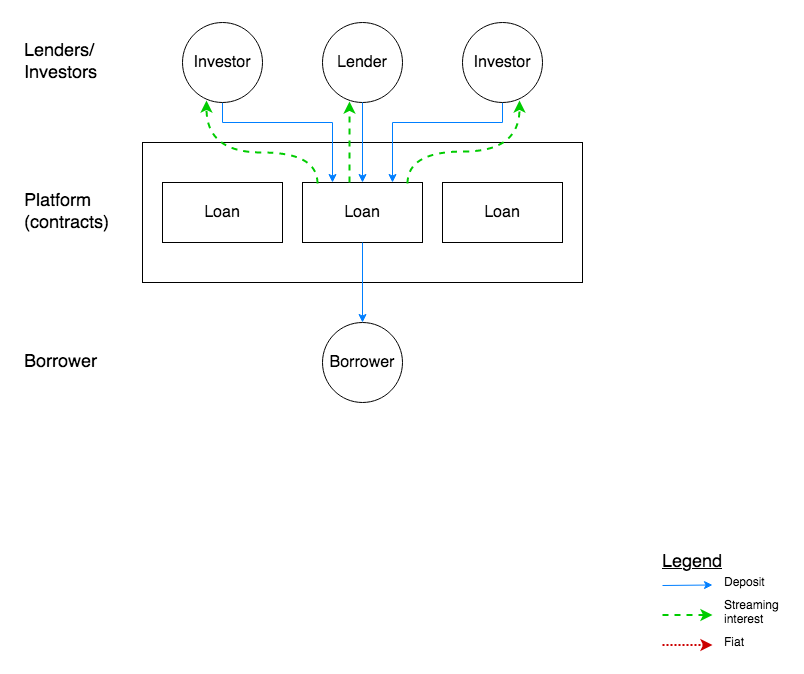
Before: presentation/slide02.png, a diagram exported from draw.io (johnson86tw/defuma). Source tidied: cells renumbered, new cells last; positions are measured from the earlier drawing's top-left corner, leaving out a move shared by most shapes. The source it was exported from:
```xml
<mxGraphModel>
  <root>
    <mxCell id="0" />
    <mxCell id="1" parent="0" />
    <mxCell id="2" style="rounded=0;whiteSpace=wrap;html=1;strokeWidth=4;fillColor=none;strokeColor=none;" parent="1" vertex="1">
      <mxGeometry width="800" height="670" as="geometry" />
    </mxCell>
    <mxCell id="3" value="&lt;font style=&quot;font-size: 16px&quot;&gt;Lender&lt;/font&gt;" style="ellipse;whiteSpace=wrap;html=1;" parent="1" vertex="1">
      <mxGeometry x="320" y="20" width="80" height="80" as="geometry" />
    </mxCell>
    <mxCell id="4" value="&lt;div style=&quot;font-size: 16px&quot;&gt;&lt;font style=&quot;font-size: 16px&quot;&gt;Borrower&lt;/font&gt;&lt;/div&gt;" style="ellipse;whiteSpace=wrap;html=1;" parent="1" vertex="1">
      <mxGeometry x="320" y="320" width="80" height="80" as="geometry" />
    </mxCell>
    <mxCell id="5" style="rounded=0;whiteSpace=wrap;html=1;" parent="1" vertex="1">
      <mxGeometry x="140" y="140" width="440" height="140" as="geometry" />
    </mxCell>
    <mxCell id="6" value="&lt;font style=&quot;font-size: 16px&quot;&gt;Loan&lt;/font&gt;" style="rounded=0;whiteSpace=wrap;html=1;" parent="1" vertex="1">
      <mxGeometry x="300" y="180" width="120" height="60" as="geometry" />
    </mxCell>
    <mxCell id="7" style="endArrow=classic;html=1;exitX=0.5;exitY=1;exitDx=0;exitDy=0;entryX=0.5;entryY=0;entryDx=0;entryDy=0;strokeColor=#007FFF;" parent="1" edge="1" source="3" target="6">
      <mxGeometry relative="1" as="geometry" />
    </mxCell>
    <mxCell id="8" style="endArrow=classic;html=1;exitX=0.5;exitY=1;exitDx=0;exitDy=0;entryX=0.5;entryY=0;entryDx=0;entryDy=0;strokeColor=#007FFF;" parent="1" edge="1" source="6" target="4">
      <mxGeometry relative="1" as="geometry" />
    </mxCell>
    <mxCell id="9" value="&lt;div align=&quot;left&quot;&gt;&lt;font style=&quot;font-size: 18px&quot;&gt;Platform&lt;/font&gt;&lt;br&gt;&lt;font style=&quot;font-size: 18px&quot;&gt;(contracts)&lt;/font&gt;&lt;/div&gt;" style="text;html=1;strokeColor=none;fillColor=none;align=left;verticalAlign=middle;whiteSpace=wrap;rounded=0;" parent="1" vertex="1">
      <mxGeometry x="20" y="200" width="40" height="20" as="geometry" />
    </mxCell>
    <mxCell id="10" value="&lt;div align=&quot;left&quot;&gt;&lt;font style=&quot;font-size: 18px&quot;&gt;Lenders/ Investors&lt;/font&gt;&lt;/div&gt;" style="text;html=1;strokeColor=none;fillColor=none;align=left;verticalAlign=middle;whiteSpace=wrap;rounded=0;" parent="1" vertex="1">
      <mxGeometry x="20" y="50" width="40" height="20" as="geometry" />
    </mxCell>
    <mxCell id="11" value="&lt;div style=&quot;font-size: 18px&quot; align=&quot;left&quot;&gt;&lt;font style=&quot;font-size: 18px&quot;&gt;Borrower&lt;br&gt;&lt;/font&gt;&lt;/div&gt;" style="text;html=1;strokeColor=none;fillColor=none;align=left;verticalAlign=middle;whiteSpace=wrap;rounded=0;" parent="1" vertex="1">
      <mxGeometry x="20" y="350" width="40" height="20" as="geometry" />
    </mxCell>
    <mxCell id="12" style="edgeStyle=orthogonalEdgeStyle;rounded=0;jettySize=auto;html=1;entryX=0.75;entryY=0;entryDx=0;entryDy=0;strokeColor=#007FFF;" parent="1" edge="1" source="13" target="6">
      <mxGeometry relative="1" as="geometry">
        <Array as="points">
          <mxPoint x="500" y="120" />
          <mxPoint x="390" y="120" />
        </Array>
      </mxGeometry>
    </mxCell>
    <mxCell id="13" value="&lt;font style=&quot;font-size: 16px&quot;&gt;Investor&lt;/font&gt;" style="ellipse;whiteSpace=wrap;html=1;" parent="1" vertex="1">
      <mxGeometry x="460" y="20" width="80" height="80" as="geometry" />
    </mxCell>
    <mxCell id="14" style="edgeStyle=orthogonalEdgeStyle;rounded=0;jettySize=auto;html=1;entryX=0.25;entryY=0;entryDx=0;entryDy=0;strokeColor=#007FFF;" parent="1" edge="1" source="15" target="6">
      <mxGeometry relative="1" as="geometry">
        <Array as="points">
          <mxPoint x="220" y="120" />
          <mxPoint x="330" y="120" />
        </Array>
      </mxGeometry>
    </mxCell>
    <mxCell id="15" value="&lt;font style=&quot;font-size: 16px&quot;&gt;Investor&lt;/font&gt;" style="ellipse;whiteSpace=wrap;html=1;" parent="1" vertex="1">
      <mxGeometry x="180" y="20" width="80" height="80" as="geometry" />
    </mxCell>
    <mxCell id="16" value="&lt;font style=&quot;font-size: 16px&quot;&gt;Loan&lt;/font&gt;" style="rounded=0;whiteSpace=wrap;html=1;" parent="1" vertex="1">
      <mxGeometry x="440" y="180" width="120" height="60" as="geometry" />
    </mxCell>
    <mxCell id="17" value="&lt;font style=&quot;font-size: 16px&quot;&gt;Loan&lt;/font&gt;" style="rounded=0;whiteSpace=wrap;html=1;" parent="1" vertex="1">
      <mxGeometry x="160" y="180" width="120" height="60" as="geometry" />
    </mxCell>
    <mxCell id="18" style="curved=1;endArrow=classic;html=1;exitX=0.125;exitY=0.017;exitDx=0;exitDy=0;exitPerimeter=0;entryX=0.3;entryY=0.975;entryDx=0;entryDy=0;entryPerimeter=0;dashed=1;strokeColor=#00CC00;strokeWidth=2;" parent="1" edge="1" source="6" target="15">
      <mxGeometry relative="1" as="geometry">
        <Array as="points">
          <mxPoint x="315" y="150" />
          <mxPoint x="204" y="150" />
        </Array>
      </mxGeometry>
    </mxCell>
    <mxCell id="19" style="curved=1;endArrow=classic;html=1;exitX=0.875;exitY=0.017;exitDx=0;exitDy=0;exitPerimeter=0;entryX=0.713;entryY=0.975;entryDx=0;entryDy=0;entryPerimeter=0;dashed=1;strokeColor=#00CC00;strokeWidth=2;" parent="1" edge="1" source="6" target="13">
      <mxGeometry relative="1" as="geometry">
        <Array as="points">
          <mxPoint x="405" y="149" />
          <mxPoint x="517" y="149" />
        </Array>
      </mxGeometry>
    </mxCell>
    <mxCell id="20" value="&lt;u&gt;&lt;font style=&quot;font-size: 18px&quot;&gt;Legend&lt;/font&gt;&lt;/u&gt;" style="text;html=1;strokeColor=none;fillColor=none;align=center;verticalAlign=middle;whiteSpace=wrap;rounded=0;" parent="1" vertex="1">
      <mxGeometry x="670" y="550" width="40" height="20" as="geometry" />
    </mxCell>
    <mxCell id="21" style="endArrow=classic;html=1;dashed=1;strokeColor=#00CC00;strokeWidth=2;" parent="1" edge="1">
      <mxGeometry relative="1" as="geometry">
        <mxPoint x="660" y="612.5" as="sourcePoint" />
        <mxPoint x="710" y="612.5" as="targetPoint" />
      </mxGeometry>
    </mxCell>
    <mxCell id="22" value="&lt;div align=&quot;left&quot;&gt;Streaming interest&lt;br&gt;&lt;/div&gt;" style="text;html=1;strokeColor=none;fillColor=none;align=left;verticalAlign=middle;whiteSpace=wrap;rounded=0;" parent="1" vertex="1">
      <mxGeometry x="720" y="600" width="40" height="20" as="geometry" />
    </mxCell>
    <mxCell id="23" style="endArrow=classic;html=1;strokeColor=#007FFF;" parent="1" edge="1">
      <mxGeometry relative="1" as="geometry">
        <mxPoint x="660" y="583" as="sourcePoint" />
        <mxPoint x="710" y="582.5" as="targetPoint" />
      </mxGeometry>
    </mxCell>
    <mxCell id="24" value="Deposit" style="text;html=1;strokeColor=none;fillColor=none;align=left;verticalAlign=middle;whiteSpace=wrap;rounded=0;" parent="1" vertex="1">
      <mxGeometry x="720" y="570" width="40" height="20" as="geometry" />
    </mxCell>
    <mxCell id="25" style="endArrow=classic;html=1;entryX=0.338;entryY=0.988;entryDx=0;entryDy=0;entryPerimeter=0;dashed=1;strokeColor=#00CC00;strokeWidth=2;" parent="1" edge="1" target="3">
      <mxGeometry relative="1" as="geometry">
        <mxPoint x="347" y="180" as="sourcePoint" />
      </mxGeometry>
    </mxCell>
    <mxCell id="26" style="endArrow=classic;html=1;strokeColor=#CC0000;strokeWidth=2;dashed=1;dashPattern=1 1;" parent="1" edge="1">
      <mxGeometry relative="1" as="geometry">
        <mxPoint x="660" y="642.5" as="sourcePoint" />
        <mxPoint x="710" y="642.5" as="targetPoint" />
      </mxGeometry>
    </mxCell>
    <mxCell id="27" value="&lt;div&gt;Fiat&lt;/div&gt;" style="text;html=1;strokeColor=none;fillColor=none;align=left;verticalAlign=middle;whiteSpace=wrap;rounded=0;" parent="1" vertex="1">
      <mxGeometry x="720" y="630" width="40" height="20" as="geometry" />
    </mxCell>
  </root>
</mxGraphModel>
```
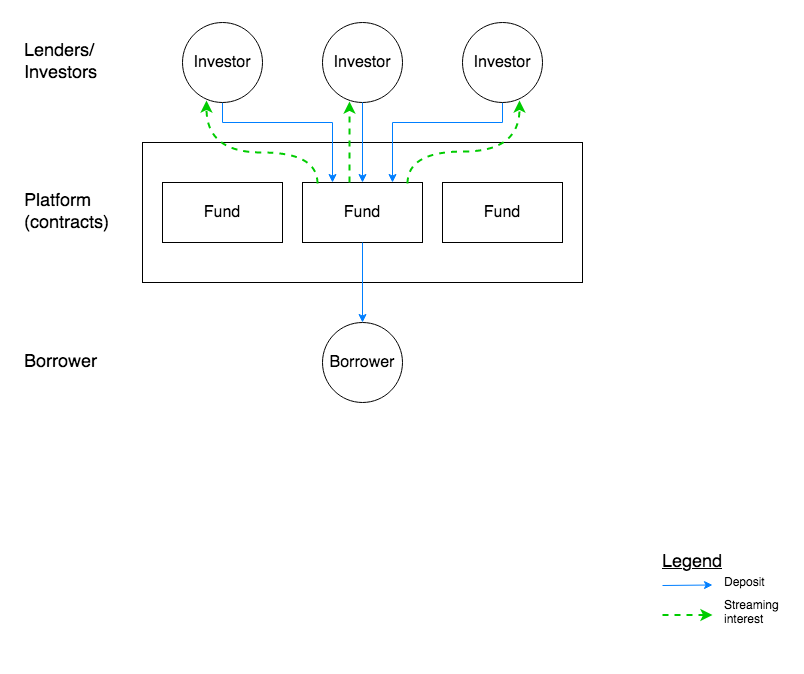
The same file after the commit.

Commit message:
Update slides with lender/investor, borrower/banker

The edit, as a diff of the source:
```diff
@@ -1,115 +1,106 @@
 <mxGraphModel>
   <root>
-    <mxCell id="0" />
-    <mxCell id="1" parent="0" />
+    <mxCell id="28" />
+    <mxCell id="29" parent="28" />
-    <mxCell id="2" style="rounded=0;whiteSpace=wrap;html=1;strokeWidth=4;fillColor=none;strokeColor=none;" parent="1" vertex="1">
+    <mxCell id="2" style="rounded=0;whiteSpace=wrap;html=1;strokeWidth=4;fillColor=none;strokeColor=none;" parent="29" vertex="1">
       <mxGeometry width="800" height="670" as="geometry" />
     </mxCell>
-    <mxCell id="3" value="&lt;font style=&quot;font-size: 16px&quot;&gt;Lender&lt;/font&gt;" style="ellipse;whiteSpace=wrap;html=1;" parent="1" vertex="1">
-      <mxGeometry x="320" y="20" width="80" height="80" as="geometry" />
-    </mxCell>
+    <mxCell id="30" value="&lt;font style=&quot;font-size: 16px&quot;&gt;Investor&lt;/font&gt;" style="ellipse;whiteSpace=wrap;html=1;" parent="29" vertex="1">
+      <mxGeometry x="320" y="20" width="80" height="80" as="geometry" />
+    </mxCell>
-    <mxCell id="4" value="&lt;div style=&quot;font-size: 16px&quot;&gt;&lt;font style=&quot;font-size: 16px&quot;&gt;Borrower&lt;/font&gt;&lt;/div&gt;" style="ellipse;whiteSpace=wrap;html=1;" parent="1" vertex="1">
+    <mxCell id="4" value="&lt;div style=&quot;font-size: 16px&quot;&gt;&lt;font style=&quot;font-size: 16px&quot;&gt;Borrower&lt;/font&gt;&lt;/div&gt;" style="ellipse;whiteSpace=wrap;html=1;" parent="29" vertex="1">
       <mxGeometry x="320" y="320" width="80" height="80" as="geometry" />
     </mxCell>
-    <mxCell id="5" style="rounded=0;whiteSpace=wrap;html=1;" parent="1" vertex="1">
+    <mxCell id="5" style="rounded=0;whiteSpace=wrap;html=1;" parent="29" vertex="1">
       <mxGeometry x="140" y="140" width="440" height="140" as="geometry" />
     </mxCell>
-    <mxCell id="6" value="&lt;font style=&quot;font-size: 16px&quot;&gt;Loan&lt;/font&gt;" style="rounded=0;whiteSpace=wrap;html=1;" parent="1" vertex="1">
-      <mxGeometry x="300" y="180" width="120" height="60" as="geometry" />
-    </mxCell>
-    <mxCell id="7" style="endArrow=classic;html=1;exitX=0.5;exitY=1;exitDx=0;exitDy=0;entryX=0.5;entryY=0;entryDx=0;entryDy=0;strokeColor=#007FFF;" parent="1" edge="1" source="3" target="6">
-      <mxGeometry relative="1" as="geometry" />
-    </mxCell>
-    <mxCell id="8" style="endArrow=classic;html=1;exitX=0.5;exitY=1;exitDx=0;exitDy=0;entryX=0.5;entryY=0;entryDx=0;entryDy=0;strokeColor=#007FFF;" parent="1" edge="1" source="6" target="4">
-      <mxGeometry relative="1" as="geometry" />
-    </mxCell>
+    <mxCell id="31" value="&lt;font style=&quot;font-size: 16px&quot;&gt;Fund&lt;/font&gt;" style="rounded=0;whiteSpace=wrap;html=1;" parent="29" vertex="1">
+      <mxGeometry x="300" y="180" width="120" height="60" as="geometry" />
+    </mxCell>
+    <mxCell id="32" style="endArrow=classic;html=1;exitX=0.5;exitY=1;exitDx=0;exitDy=0;entryX=0.5;entryY=0;entryDx=0;entryDy=0;strokeColor=#007FFF;" parent="29" edge="1" source="30" target="31">
+      <mxGeometry relative="1" as="geometry" />
+    </mxCell>
+    <mxCell id="33" style="endArrow=classic;html=1;exitX=0.5;exitY=1;exitDx=0;exitDy=0;entryX=0.5;entryY=0;entryDx=0;entryDy=0;strokeColor=#007FFF;" parent="29" edge="1" source="31" target="4">
+      <mxGeometry relative="1" as="geometry" />
+    </mxCell>
-    <mxCell id="9" value="&lt;div align=&quot;left&quot;&gt;&lt;font style=&quot;font-size: 18px&quot;&gt;Platform&lt;/font&gt;&lt;br&gt;&lt;font style=&quot;font-size: 18px&quot;&gt;(contracts)&lt;/font&gt;&lt;/div&gt;" style="text;html=1;strokeColor=none;fillColor=none;align=left;verticalAlign=middle;whiteSpace=wrap;rounded=0;" parent="1" vertex="1">
+    <mxCell id="9" value="&lt;div align=&quot;left&quot;&gt;&lt;font style=&quot;font-size: 18px&quot;&gt;Platform&lt;/font&gt;&lt;br&gt;&lt;font style=&quot;font-size: 18px&quot;&gt;(contracts)&lt;/font&gt;&lt;/div&gt;" style="text;html=1;strokeColor=none;fillColor=none;align=left;verticalAlign=middle;whiteSpace=wrap;rounded=0;" parent="29" vertex="1">
       <mxGeometry x="20" y="200" width="40" height="20" as="geometry" />
     </mxCell>
-    <mxCell id="10" value="&lt;div align=&quot;left&quot;&gt;&lt;font style=&quot;font-size: 18px&quot;&gt;Lenders/ Investors&lt;/font&gt;&lt;/div&gt;" style="text;html=1;strokeColor=none;fillColor=none;align=left;verticalAlign=middle;whiteSpace=wrap;rounded=0;" parent="1" vertex="1">
+    <mxCell id="10" value="&lt;div align=&quot;left&quot;&gt;&lt;font style=&quot;font-size: 18px&quot;&gt;Lenders/ Investors&lt;/font&gt;&lt;/div&gt;" style="text;html=1;strokeColor=none;fillColor=none;align=left;verticalAlign=middle;whiteSpace=wrap;rounded=0;" parent="29" vertex="1">
       <mxGeometry x="20" y="50" width="40" height="20" as="geometry" />
     </mxCell>
-    <mxCell id="11" value="&lt;div style=&quot;font-size: 18px&quot; align=&quot;left&quot;&gt;&lt;font style=&quot;font-size: 18px&quot;&gt;Borrower&lt;br&gt;&lt;/font&gt;&lt;/div&gt;" style="text;html=1;strokeColor=none;fillColor=none;align=left;verticalAlign=middle;whiteSpace=wrap;rounded=0;" parent="1" vertex="1">
+    <mxCell id="11" value="&lt;div style=&quot;font-size: 18px&quot; align=&quot;left&quot;&gt;&lt;font style=&quot;font-size: 18px&quot;&gt;Borrower&lt;/font&gt;&lt;/div&gt;" style="text;html=1;strokeColor=none;fillColor=none;align=left;verticalAlign=middle;whiteSpace=wrap;rounded=0;" parent="29" vertex="1">
       <mxGeometry x="20" y="350" width="40" height="20" as="geometry" />
     </mxCell>
-    <mxCell id="12" style="edgeStyle=orthogonalEdgeStyle;rounded=0;jettySize=auto;html=1;entryX=0.75;entryY=0;entryDx=0;entryDy=0;strokeColor=#007FFF;" parent="1" edge="1" source="13" target="6">
-      <mxGeometry relative="1" as="geometry">
-        <Array as="points">
-          <mxPoint x="500" y="120" />
-          <mxPoint x="390" y="120" />
-        </Array>
-      </mxGeometry>
-    </mxCell>
+    <mxCell id="34" style="edgeStyle=orthogonalEdgeStyle;rounded=0;jettySize=auto;html=1;entryX=0.75;entryY=0;entryDx=0;entryDy=0;strokeColor=#007FFF;" parent="29" edge="1" source="13" target="31">
+      <mxGeometry relative="1" as="geometry">
+        <Array as="points">
+          <mxPoint x="500" y="120" />
+          <mxPoint x="390" y="120" />
+        </Array>
+      </mxGeometry>
+    </mxCell>
-    <mxCell id="13" value="&lt;font style=&quot;font-size: 16px&quot;&gt;Investor&lt;/font&gt;" style="ellipse;whiteSpace=wrap;html=1;" parent="1" vertex="1">
+    <mxCell id="13" value="&lt;font style=&quot;font-size: 16px&quot;&gt;Investor&lt;/font&gt;" style="ellipse;whiteSpace=wrap;html=1;" parent="29" vertex="1">
       <mxGeometry x="460" y="20" width="80" height="80" as="geometry" />
     </mxCell>
-    <mxCell id="14" style="edgeStyle=orthogonalEdgeStyle;rounded=0;jettySize=auto;html=1;entryX=0.25;entryY=0;entryDx=0;entryDy=0;strokeColor=#007FFF;" parent="1" edge="1" source="15" target="6">
-      <mxGeometry relative="1" as="geometry">
-        <Array as="points">
-          <mxPoint x="220" y="120" />
-          <mxPoint x="330" y="120" />
-        </Array>
-      </mxGeometry>
-    </mxCell>
+    <mxCell id="35" style="edgeStyle=orthogonalEdgeStyle;rounded=0;jettySize=auto;html=1;entryX=0.25;entryY=0;entryDx=0;entryDy=0;strokeColor=#007FFF;" parent="29" edge="1" source="15" target="31">
+      <mxGeometry relative="1" as="geometry">
+        <Array as="points">
+          <mxPoint x="220" y="120" />
+          <mxPoint x="330" y="120" />
+        </Array>
+      </mxGeometry>
+    </mxCell>
-    <mxCell id="15" value="&lt;font style=&quot;font-size: 16px&quot;&gt;Investor&lt;/font&gt;" style="ellipse;whiteSpace=wrap;html=1;" parent="1" vertex="1">
+    <mxCell id="15" value="&lt;font style=&quot;font-size: 16px&quot;&gt;Investor&lt;/font&gt;" style="ellipse;whiteSpace=wrap;html=1;" parent="29" vertex="1">
       <mxGeometry x="180" y="20" width="80" height="80" as="geometry" />
     </mxCell>
-    <mxCell id="16" value="&lt;font style=&quot;font-size: 16px&quot;&gt;Loan&lt;/font&gt;" style="rounded=0;whiteSpace=wrap;html=1;" parent="1" vertex="1">
-      <mxGeometry x="440" y="180" width="120" height="60" as="geometry" />
-    </mxCell>
-    <mxCell id="17" value="&lt;font style=&quot;font-size: 16px&quot;&gt;Loan&lt;/font&gt;" style="rounded=0;whiteSpace=wrap;html=1;" parent="1" vertex="1">
-      <mxGeometry x="160" y="180" width="120" height="60" as="geometry" />
-    </mxCell>
-    <mxCell id="18" style="curved=1;endArrow=classic;html=1;exitX=0.125;exitY=0.017;exitDx=0;exitDy=0;exitPerimeter=0;entryX=0.3;entryY=0.975;entryDx=0;entryDy=0;entryPerimeter=0;dashed=1;strokeColor=#00CC00;strokeWidth=2;" parent="1" edge="1" source="6" target="15">
-      <mxGeometry relative="1" as="geometry">
-        <Array as="points">
-          <mxPoint x="315" y="150" />
-          <mxPoint x="204" y="150" />
-        </Array>
-      </mxGeometry>
-    </mxCell>
-    <mxCell id="19" style="curved=1;endArrow=classic;html=1;exitX=0.875;exitY=0.017;exitDx=0;exitDy=0;exitPerimeter=0;entryX=0.713;entryY=0.975;entryDx=0;entryDy=0;entryPerimeter=0;dashed=1;strokeColor=#00CC00;strokeWidth=2;" parent="1" edge="1" source="6" target="13">
-      <mxGeometry relative="1" as="geometry">
-        <Array as="points">
-          <mxPoint x="405" y="149" />
-          <mxPoint x="517" y="149" />
-        </Array>
-      </mxGeometry>
-    </mxCell>
+    <mxCell id="36" value="&lt;font style=&quot;font-size: 16px&quot;&gt;Fund&lt;/font&gt;" style="rounded=0;whiteSpace=wrap;html=1;" parent="29" vertex="1">
+      <mxGeometry x="440" y="180" width="120" height="60" as="geometry" />
+    </mxCell>
+    <mxCell id="37" value="&lt;font style=&quot;font-size: 16px&quot;&gt;Fund&lt;/font&gt;" style="rounded=0;whiteSpace=wrap;html=1;" parent="29" vertex="1">
+      <mxGeometry x="160" y="180" width="120" height="60" as="geometry" />
+    </mxCell>
+    <mxCell id="38" style="curved=1;endArrow=classic;html=1;exitX=0.125;exitY=0.017;exitDx=0;exitDy=0;exitPerimeter=0;entryX=0.3;entryY=0.975;entryDx=0;entryDy=0;entryPerimeter=0;dashed=1;strokeColor=#00CC00;strokeWidth=2;" parent="29" edge="1" source="31" target="15">
+      <mxGeometry relative="1" as="geometry">
+        <Array as="points">
+          <mxPoint x="315" y="150" />
+          <mxPoint x="204" y="150" />
+        </Array>
+      </mxGeometry>
+    </mxCell>
+    <mxCell id="39" style="curved=1;endArrow=classic;html=1;exitX=0.875;exitY=0.017;exitDx=0;exitDy=0;exitPerimeter=0;entryX=0.713;entryY=0.975;entryDx=0;entryDy=0;entryPerimeter=0;dashed=1;strokeColor=#00CC00;strokeWidth=2;" parent="29" edge="1" source="31" target="13">
+      <mxGeometry relative="1" as="geometry">
+        <Array as="points">
+          <mxPoint x="405" y="149" />
+          <mxPoint x="517" y="149" />
+        </Array>
+      </mxGeometry>
+    </mxCell>
-    <mxCell id="20" value="&lt;u&gt;&lt;font style=&quot;font-size: 18px&quot;&gt;Legend&lt;/font&gt;&lt;/u&gt;" style="text;html=1;strokeColor=none;fillColor=none;align=center;verticalAlign=middle;whiteSpace=wrap;rounded=0;" parent="1" vertex="1">
+    <mxCell id="20" value="&lt;u&gt;&lt;font style=&quot;font-size: 18px&quot;&gt;Legend&lt;/font&gt;&lt;/u&gt;" style="text;html=1;strokeColor=none;fillColor=none;align=center;verticalAlign=middle;whiteSpace=wrap;rounded=0;" parent="29" vertex="1">
       <mxGeometry x="670" y="550" width="40" height="20" as="geometry" />
     </mxCell>
-    <mxCell id="21" style="endArrow=classic;html=1;dashed=1;strokeColor=#00CC00;strokeWidth=2;" parent="1" edge="1">
-      <mxGeometry relative="1" as="geometry">
-        <mxPoint x="660" y="612.5" as="sourcePoint" />
-        <mxPoint x="710" y="612.5" as="targetPoint" />
-      </mxGeometry>
-    </mxCell>
+    <mxCell id="40" style="endArrow=classic;html=1;dashed=1;strokeColor=#00CC00;strokeWidth=2;" parent="29" edge="1">
+      <mxGeometry relative="1" as="geometry">
+        <mxPoint x="660" y="612.5" as="sourcePoint" />
+        <mxPoint x="710" y="612.5" as="targetPoint" />
+      </mxGeometry>
+    </mxCell>
-    <mxCell id="22" value="&lt;div align=&quot;left&quot;&gt;Streaming interest&lt;br&gt;&lt;/div&gt;" style="text;html=1;strokeColor=none;fillColor=none;align=left;verticalAlign=middle;whiteSpace=wrap;rounded=0;" parent="1" vertex="1">
+    <mxCell id="22" value="&lt;div align=&quot;left&quot;&gt;Streaming interest&lt;br&gt;&lt;/div&gt;" style="text;html=1;strokeColor=none;fillColor=none;align=left;verticalAlign=middle;whiteSpace=wrap;rounded=0;" parent="29" vertex="1">
       <mxGeometry x="720" y="600" width="40" height="20" as="geometry" />
     </mxCell>
-    <mxCell id="23" style="endArrow=classic;html=1;strokeColor=#007FFF;" parent="1" edge="1">
-      <mxGeometry relative="1" as="geometry">
-        <mxPoint x="660" y="583" as="sourcePoint" />
-        <mxPoint x="710" y="582.5" as="targetPoint" />
-      </mxGeometry>
-    </mxCell>
+    <mxCell id="41" style="endArrow=classic;html=1;strokeColor=#007FFF;" parent="29" edge="1">
+      <mxGeometry relative="1" as="geometry">
+        <mxPoint x="660" y="583" as="sourcePoint" />
+        <mxPoint x="710" y="582.5" as="targetPoint" />
+      </mxGeometry>
+    </mxCell>
-    <mxCell id="24" value="Deposit" style="text;html=1;strokeColor=none;fillColor=none;align=left;verticalAlign=middle;whiteSpace=wrap;rounded=0;" parent="1" vertex="1">
+    <mxCell id="24" value="Deposit" style="text;html=1;strokeColor=none;fillColor=none;align=left;verticalAlign=middle;whiteSpace=wrap;rounded=0;" parent="29" vertex="1">
       <mxGeometry x="720" y="570" width="40" height="20" as="geometry" />
     </mxCell>
-    <mxCell id="25" style="endArrow=classic;html=1;entryX=0.338;entryY=0.988;entryDx=0;entryDy=0;entryPerimeter=0;dashed=1;strokeColor=#00CC00;strokeWidth=2;" parent="1" edge="1" target="3">
-      <mxGeometry relative="1" as="geometry">
-        <mxPoint x="347" y="180" as="sourcePoint" />
-      </mxGeometry>
-    </mxCell>
-    <mxCell id="26" style="endArrow=classic;html=1;strokeColor=#CC0000;strokeWidth=2;dashed=1;dashPattern=1 1;" parent="1" edge="1">
-      <mxGeometry relative="1" as="geometry">
-        <mxPoint x="660" y="642.5" as="sourcePoint" />
-        <mxPoint x="710" y="642.5" as="targetPoint" />
-      </mxGeometry>
-    </mxCell>
-    <mxCell id="27" value="&lt;div&gt;Fiat&lt;/div&gt;" style="text;html=1;strokeColor=none;fillColor=none;align=left;verticalAlign=middle;whiteSpace=wrap;rounded=0;" parent="1" vertex="1">
-      <mxGeometry x="720" y="630" width="40" height="20" as="geometry" />
-    </mxCell>
+    <mxCell id="42" style="endArrow=classic;html=1;entryX=0.338;entryY=0.988;entryDx=0;entryDy=0;entryPerimeter=0;dashed=1;strokeColor=#00CC00;strokeWidth=2;" parent="29" edge="1" target="30">
+      <mxGeometry relative="1" as="geometry">
+        <mxPoint x="347" y="180" as="sourcePoint" />
+      </mxGeometry>
+    </mxCell>
   </root>
 </mxGraphModel>
```
